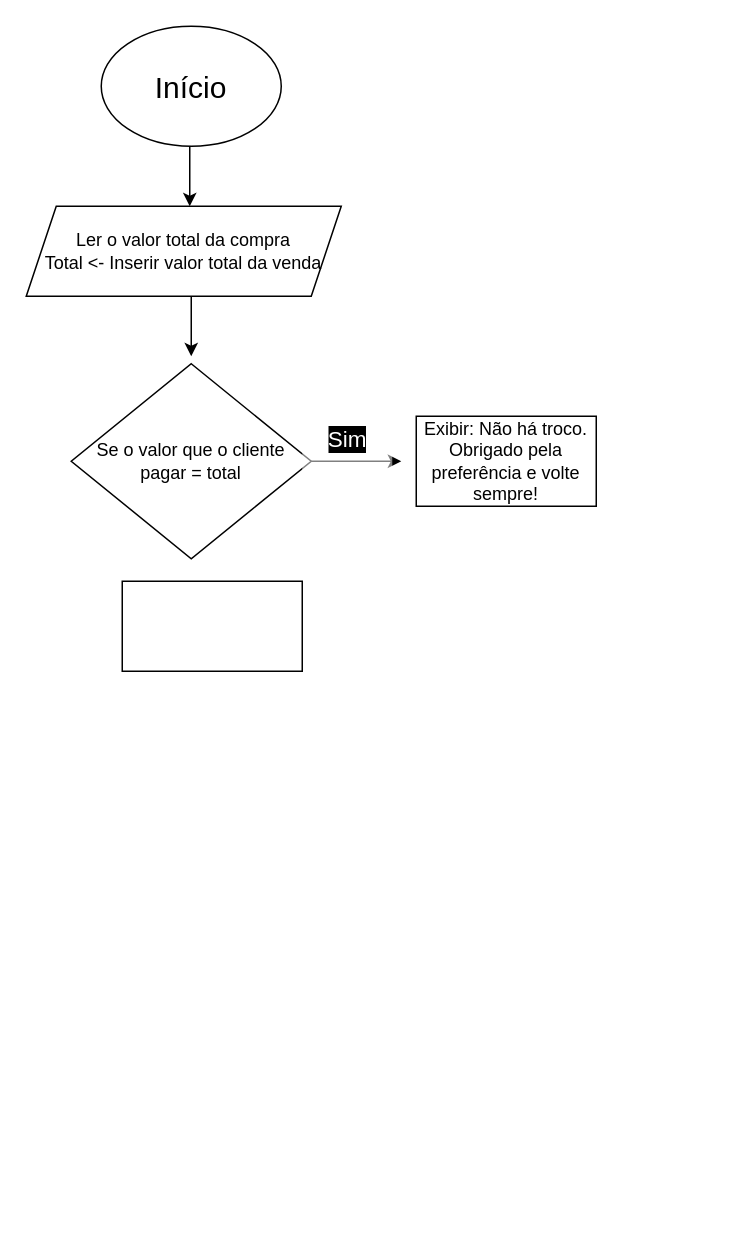
This is Diagrama sem nome.drawio from Zambaldi21/Zambaldi21.github.io, a draw.io file, before an edit. Source tidied: cells renumbered, new cells numbered last; positions are measured from the earlier drawing's top-left corner, leaving out a move shared by most shapes. Both pictures are drawn from the tidied source at 150%, with x=0, y=0 at pixel (26, 26).
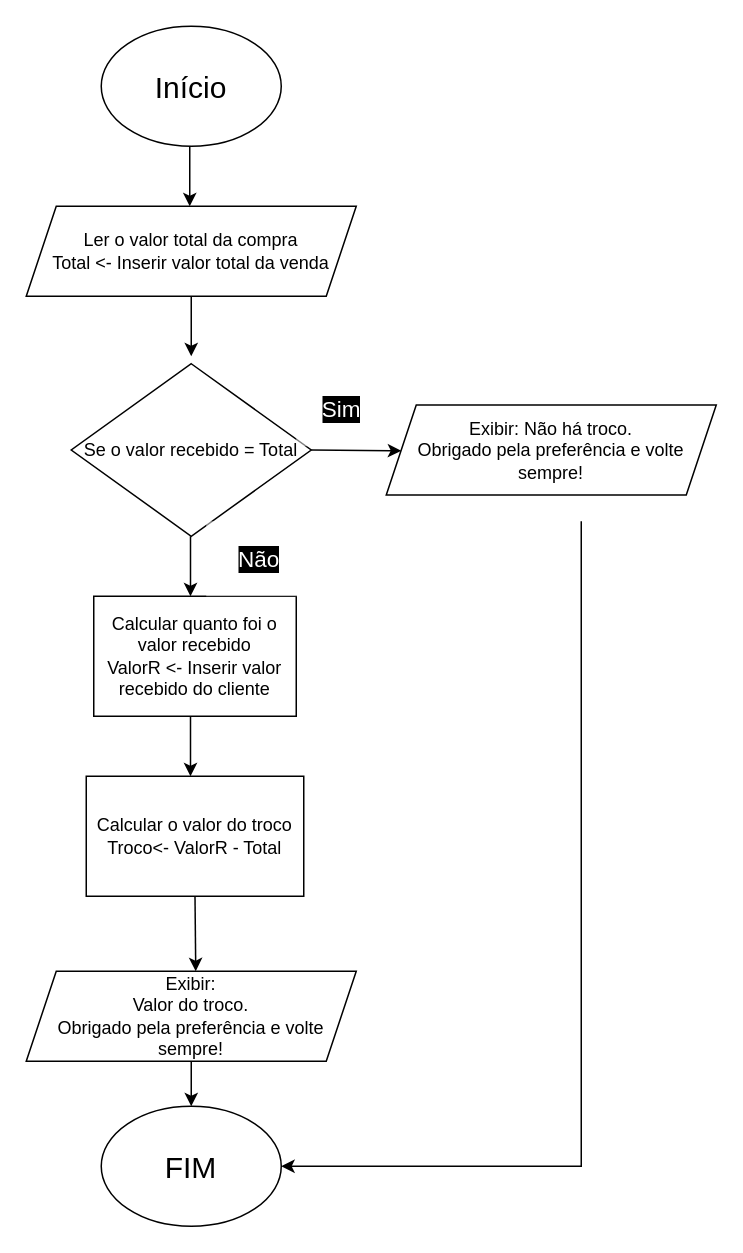
After the change.

The edit, as a diff of the source:
```diff
@@
     <mxCell id="3" value="Ler o valor total da compra&lt;br&gt;Total &amp;lt;- Inserir valor total da venda" style="shape=parallelogram;perimeter=parallelogramPerimeter;whiteSpace=wrap;html=1;fixedSize=1;" parent="1" vertex="1">
-      <mxGeometry y="120" width="210" height="60" as="geometry" />
+      <mxGeometry y="120" width="220" height="60" as="geometry" />
     </mxCell>
-    <mxCell id="4" value="Se o valor que o cliente pagar = total" style="rhombus;whiteSpace=wrap;html=1;" parent="1" vertex="1">
-      <mxGeometry x="30" y="225" width="160" height="130" as="geometry" />
+    <mxCell id="4" value="Se o valor recebido = Total" style="rhombus;whiteSpace=wrap;html=1;" parent="1" vertex="1">
+      <mxGeometry x="30" y="225" width="160" height="115" as="geometry" />
     </mxCell>
-    <mxCell id="5" style="rounded=0;whiteSpace=wrap;html=1;" parent="1" vertex="1">
-      <mxGeometry x="64" y="370" width="120" height="60" as="geometry" />
+    <mxCell id="5" value="Calcular quanto foi o valor recebido&lt;br&gt;ValorR &amp;lt;- Inserir valor recebido do cliente" style="rounded=0;whiteSpace=wrap;html=1;" parent="1" vertex="1">
+      <mxGeometry x="45" y="380" width="135" height="80" as="geometry" />
     </mxCell>
@@
     <mxCell id="8" style="endArrow=classic;html=1;rounded=0;exitX=1;exitY=0.5;exitDx=0;exitDy=0;" parent="1" edge="1" source="4">
       <mxGeometry relative="1" as="geometry">
-        <mxPoint x="250" y="290" as="targetPoint" />
+        <mxPoint x="250" y="283" as="targetPoint" />
       </mxGeometry>
     </mxCell>
+    <mxCell id="10" value="Sim" style="rounded=0;html=1;strokeWidth=1;opacity=50;strokeColor=none;fillColor=#FFFFFF;fontColor=#ffffff;labelBackgroundColor=#000000;fontSize=15;" parent="1" vertex="1">
+      <mxGeometry x="180" y="230" width="60" height="50" as="geometry" />
+    </mxCell>
+    <mxCell id="11" style="endArrow=classic;html=1;rounded=0;exitX=0.5;exitY=1;exitDx=0;exitDy=0;" parent="1" edge="1">
+      <mxGeometry relative="1" as="geometry">
+        <mxPoint x="109.5" y="340" as="sourcePoint" />
+        <mxPoint x="109.5" y="380" as="targetPoint" />
+      </mxGeometry>
+    </mxCell>
+    <mxCell id="12" value="Não" style="rounded=0;html=1;strokeWidth=1;opacity=50;strokeColor=none;fillColor=#FFFFFF;fontColor=#ffffff;labelBackgroundColor=#000000;fontSize=15;" parent="1" vertex="1">
+      <mxGeometry x="120" y="330" width="70" height="50" as="geometry" />
+    </mxCell>
+    <mxCell id="13" style="edgeStyle=orthogonalEdgeStyle;rounded=0;orthogonalLoop=1;jettySize=auto;html=1;exitX=0.5;exitY=1;exitDx=0;exitDy=0;" parent="1" edge="1" source="4" target="4">
+      <mxGeometry relative="1" as="geometry" />
+    </mxCell>
+    <mxCell id="14" style="endArrow=classic;html=1;rounded=0;exitX=0.5;exitY=1;exitDx=0;exitDy=0;" parent="1" edge="1">
+      <mxGeometry relative="1" as="geometry">
+        <mxPoint x="109.5" y="460" as="sourcePoint" />
+        <mxPoint x="109.5" y="500" as="targetPoint" />
+      </mxGeometry>
+    </mxCell>
+    <mxCell id="15" value="Calcular o valor do troco&lt;br&gt;Troco&amp;lt;- ValorR - Total" style="rounded=0;whiteSpace=wrap;html=1;" parent="1" vertex="1">
+      <mxGeometry x="40" y="500" width="145" height="80" as="geometry" />
+    </mxCell>
-    <mxCell id="9" value="Exibir: Não há troco.&lt;br&gt;Obrigado pela preferência e volte sempre!" style="rounded=0;whiteSpace=wrap;html=1;" parent="1" vertex="1">
-      <mxGeometry x="260" y="260" width="120" height="60" as="geometry" />
+    <mxCell id="9" value="Exibir: Não há troco.&lt;br style=&quot;border-color: var(--border-color);&quot;&gt;Obrigado pela preferência e volte sempre!" style="shape=parallelogram;perimeter=parallelogramPerimeter;whiteSpace=wrap;html=1;fixedSize=1;" parent="1" vertex="1">
+      <mxGeometry x="240" y="252.5" width="220" height="60" as="geometry" />
     </mxCell>
-    <mxCell id="10" value="Sim" style="rounded=0;html=1;strokeWidth=1;opacity=50;strokeColor=none;fillColor=#FFFFFF;fontColor=#ffffff;labelBackgroundColor=#000000;fontSize=15;" parent="1" vertex="1">
-      <mxGeometry x="184" y="250" width="60" height="50" as="geometry" />
-    </mxCell>
+    <mxCell id="16" style="edgeStyle=orthogonalEdgeStyle;rounded=0;jettySize=auto;html=1;" parent="1" edge="1" source="17" target="19">
+      <mxGeometry relative="1" as="geometry" />
+    </mxCell>
+    <mxCell id="17" value="Exibir:&lt;br&gt;Valor do troco.&lt;br style=&quot;border-color: var(--border-color);&quot;&gt;Obrigado pela preferência e volte sempre!" style="shape=parallelogram;perimeter=parallelogramPerimeter;whiteSpace=wrap;html=1;fixedSize=1;" parent="1" vertex="1">
+      <mxGeometry y="630" width="220" height="60" as="geometry" />
+    </mxCell>
+    <mxCell id="18" style="endArrow=classic;html=1;rounded=0;exitX=0.5;exitY=1;exitDx=0;exitDy=0;" parent="1" edge="1" source="15">
+      <mxGeometry relative="1" as="geometry">
+        <mxPoint x="113" y="630" as="targetPoint" />
+      </mxGeometry>
+    </mxCell>
+    <mxCell id="19" value="&lt;span style=&quot;font-size: 20px;&quot;&gt;FIM&lt;br&gt;&lt;/span&gt;" style="ellipse;whiteSpace=wrap;html=1;" parent="1" vertex="1">
+      <mxGeometry x="50" y="720" width="120" height="80" as="geometry" />
+    </mxCell>
+    <mxCell id="20" style="edgeStyle=orthogonalEdgeStyle;rounded=0;jettySize=auto;html=1;entryX=1;entryY=0.5;entryDx=0;entryDy=0;" parent="1" edge="1" target="19">
+      <mxGeometry relative="1" as="geometry">
+        <mxPoint x="370" y="330" as="sourcePoint" />
+        <Array as="points">
+          <mxPoint x="370" y="760" />
+        </Array>
+      </mxGeometry>
+    </mxCell>
```
